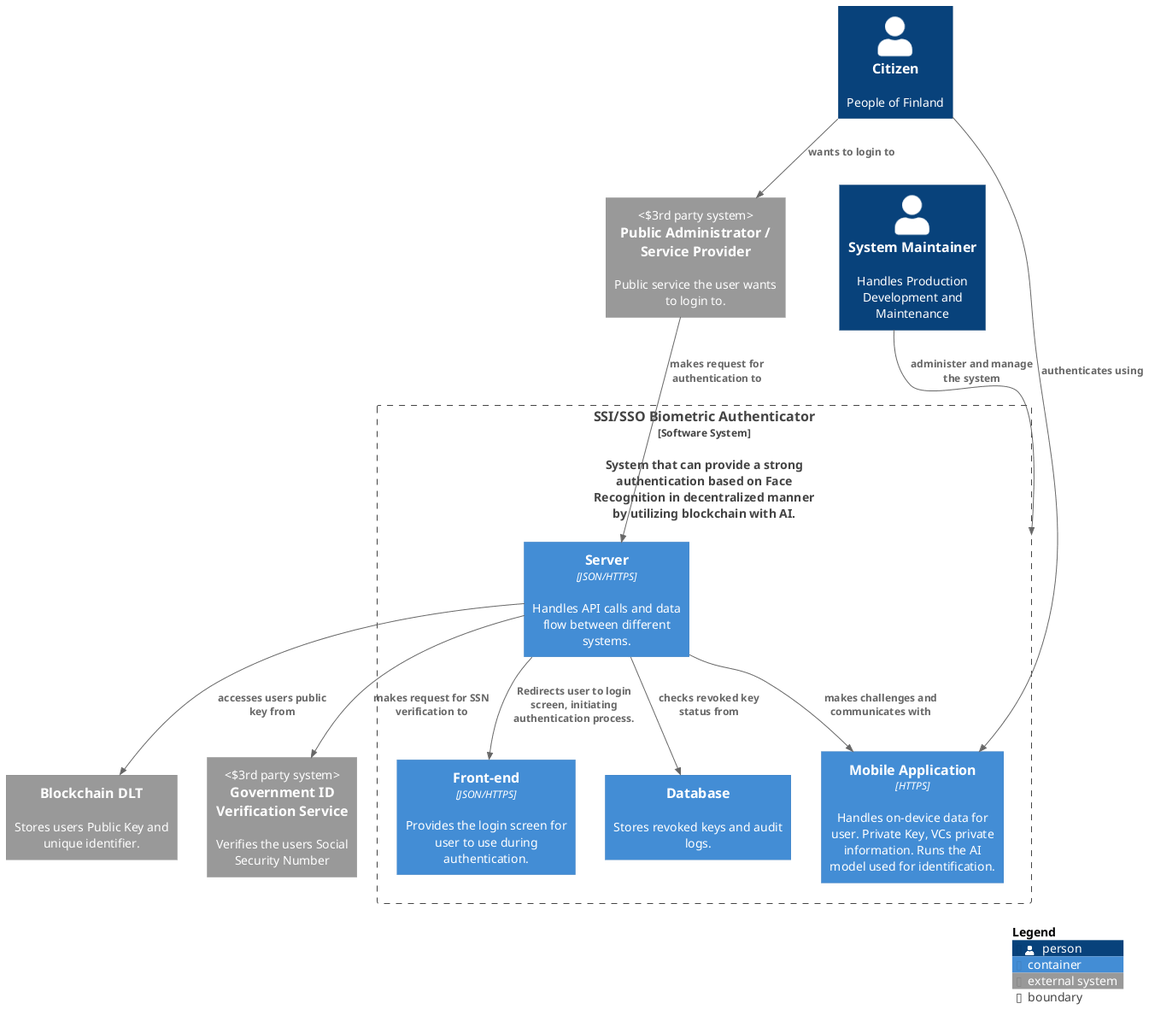
Above: images/Container.png in Dorfultariant/Architecture_Diagrams (PlantUML), before the change.
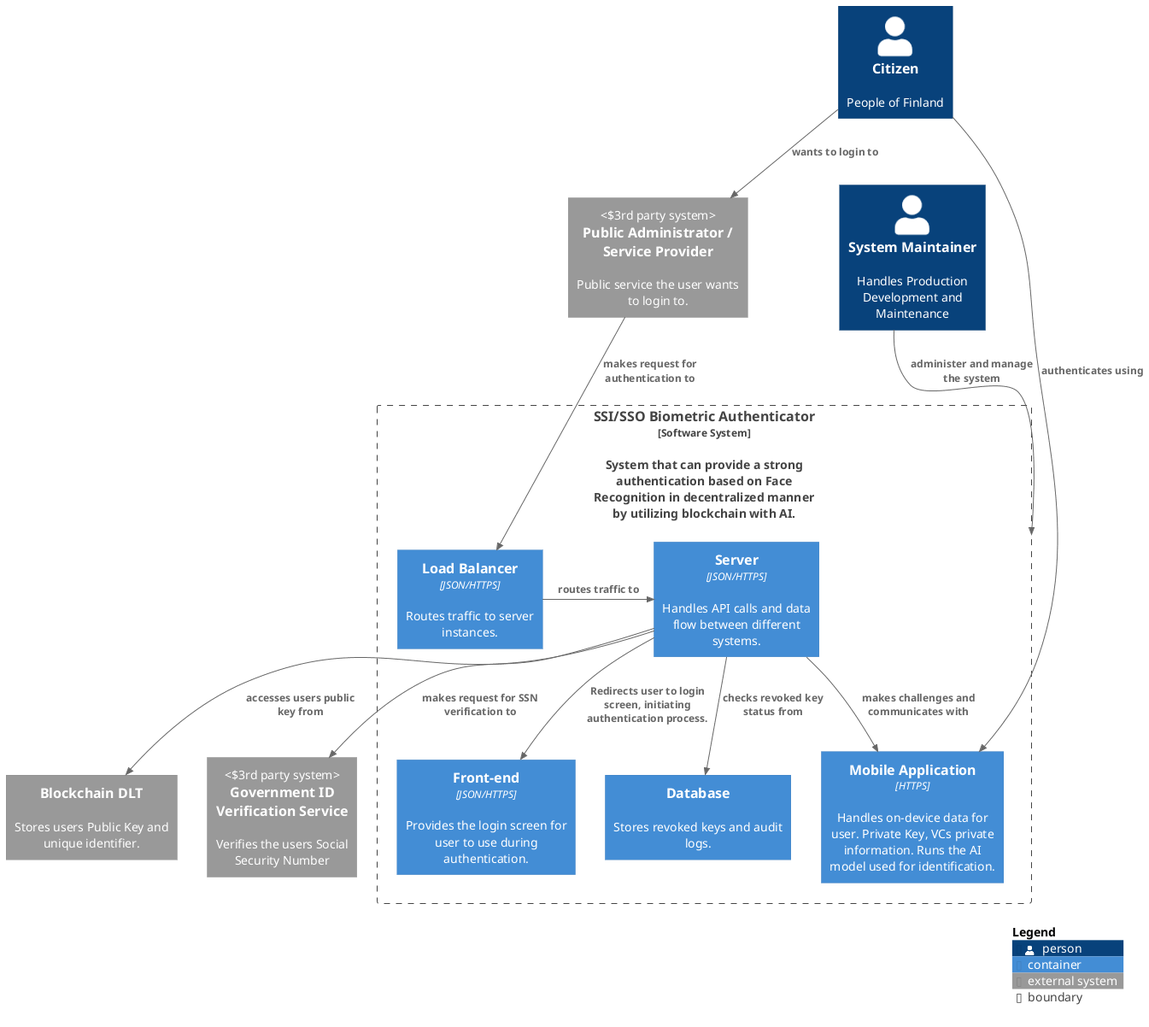
After the commit.

The edit, as a diff of the source:
```diff
@@ -12,6 +12,7 @@
 
 Boundary(useless_auth, "SSI/SSO Biometric Authenticator", "Software System", "", "", "System that can provide a strong authentication based on Face Recognition in decentralized manner by utilizing blockchain with AI.") {
     Container(backend, "Server", "JSON/HTTPS", "Handles API calls and data flow between different systems.")
+    Container(lb, "Load Balancer", "JSON/HTTPS", "Routes traffic to server instances.")
     Container(frontend, "Front-end", "JSON/HTTPS", "Provides the login screen for user to use during authentication.")
     Container(db, "Database", "", "Stores revoked keys and audit logs.")
     Container(phoneapp, "Mobile Application", "HTTPS", "Handles on-device data for user. Private Key, VCs private information. Runs the AI model used for identification.")
@@ -23,7 +24,8 @@
 Rel(maintainer, useless_auth, "administer and manage the system")
 Rel(citizens, phoneapp, "authenticates using")
 Rel(citizens, ext_pa, "wants to login to")
-Rel(ext_pa, backend, "makes request for authentication to")
+Rel(ext_pa, lb, "makes request for authentication to")
+Rel_R(lb, backend, "routes traffic to")
 Rel(backend, govidservice, "makes request for SSN verification to")
 Rel(backend, blockchain, "accesses users public key from")
 Rel(backend, db, "checks revoked key status from")
```
